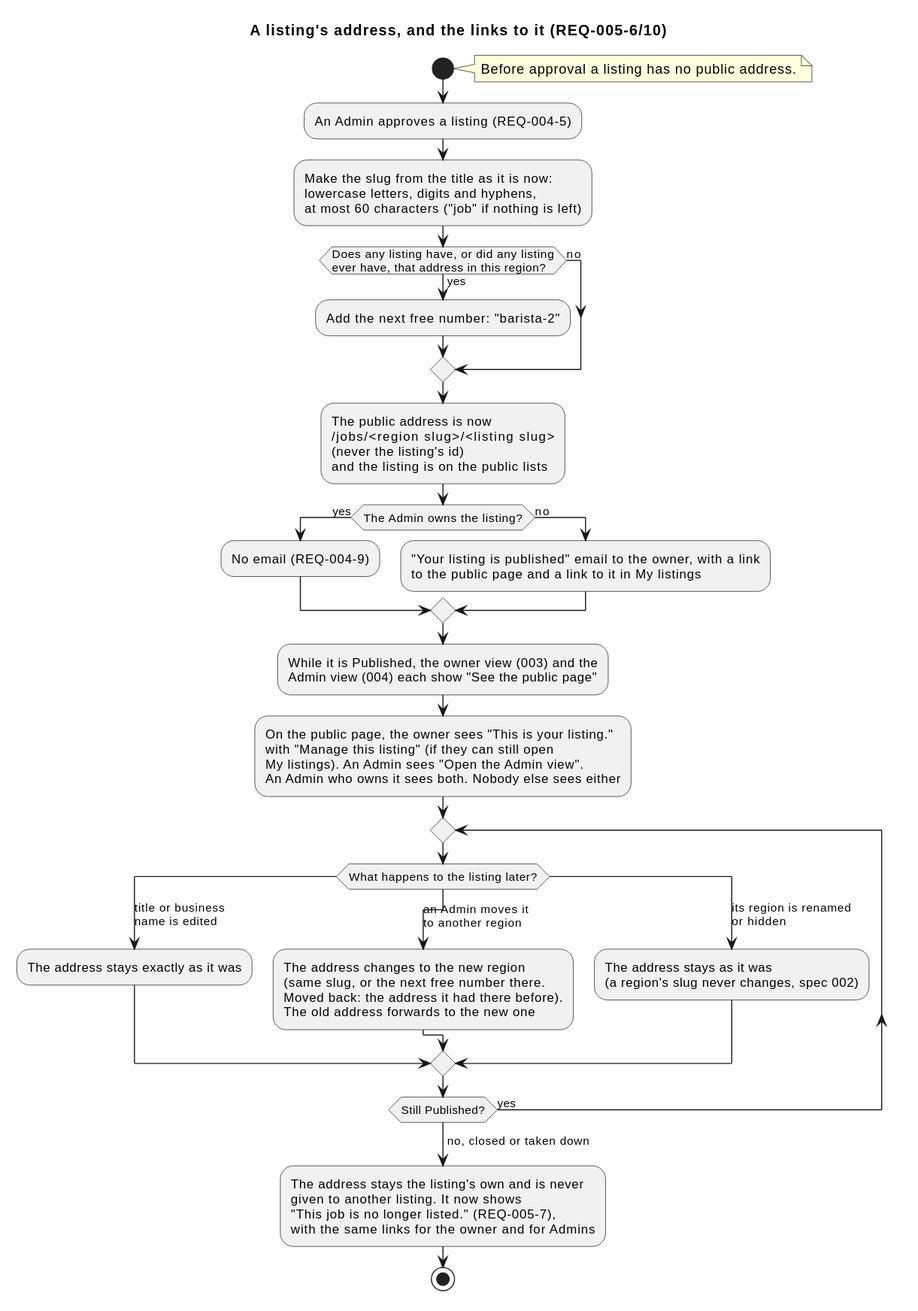
raseniero/jairojobs-elixir keeps this PlantUML diagram as docs/specs/005-public-browse-search/diagrams/activity-address-and-links.svg. Above is the earlier version.
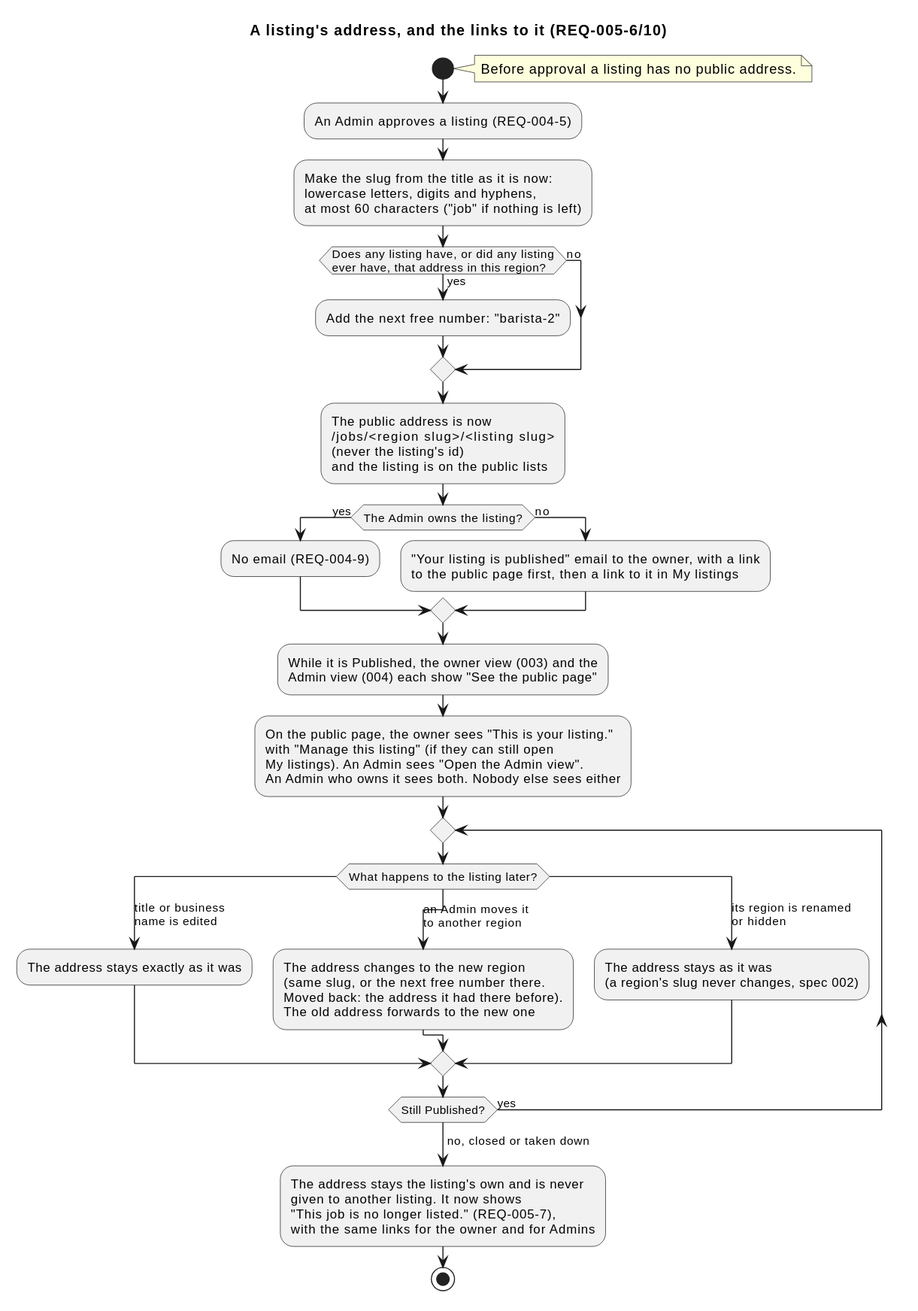
Above is the later version.

Commit message:
docs(spec 005): checked against its diagrams, the architecture documents and the ERD; no new ADR needed

The edit, as a diff of the source:
```diff
@@ -21,7 +21,7 @@
   :No email (REQ-004-9);
 else (no)
   :"Your listing is published" email to the owner, with a link
-  to the public page and a link to it in My listings;
+  to the public page first, then a link to it in My listings;
 endif
 :While it is Published, the owner view (003) and the
 Admin view (004) each show "See the public page";
```
